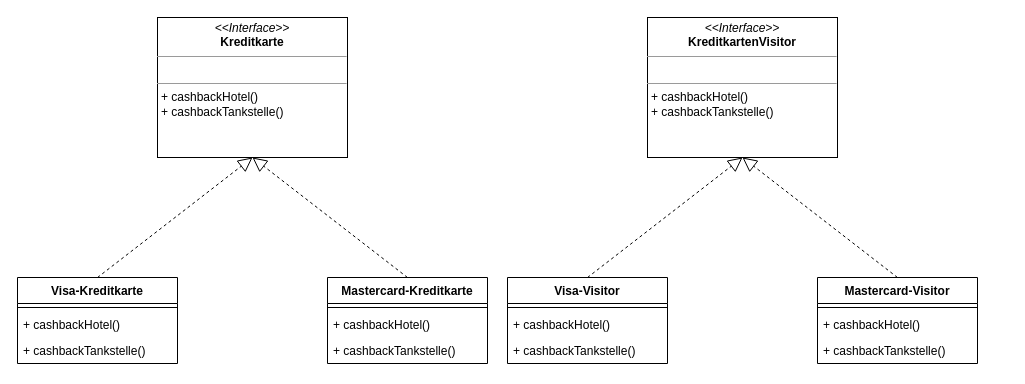
The draw.io diagram page "with-Visitor" (2 of 2) of Visitor-Bank-example.drawio in aschi2403/design-patterns-visitor-pattern, before the edit. Source tidied: cells renumbered, new cells numbered last; positions are measured from the earlier drawing's top-left corner, leaving out a move shared by most shapes. Both pictures are drawn from the tidied source at 100%, with x=0, y=0 at pixel (17, 17).
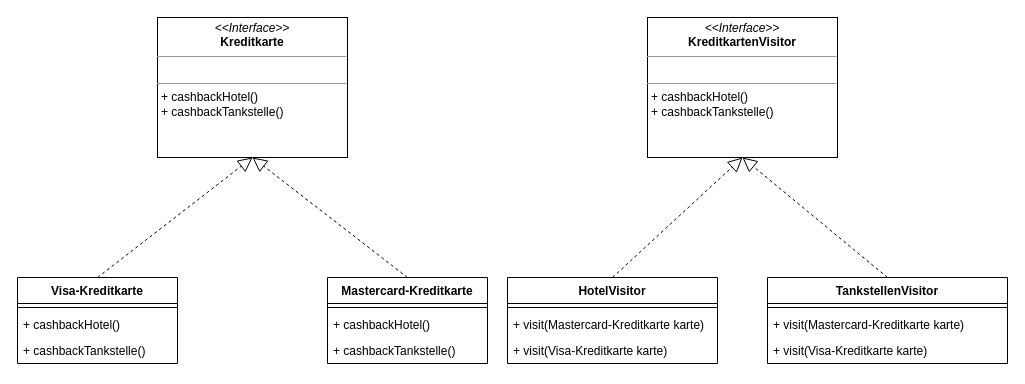
The same page after the edit.

What changed in the source:
```diff
@@
-    <mxCell id="5" value="Visa-Visitor" style="swimlane;fontStyle=1;align=center;verticalAlign=top;horizontal=1;startSize=26;" parent="1" vertex="1">
-      <mxGeometry x="490" y="260" width="160" height="86" as="geometry" />
+    <mxCell id="5" value="HotelVisitor" style="swimlane;fontStyle=1;align=center;verticalAlign=top;horizontal=1;startSize=26;" parent="1" vertex="1">
+      <mxGeometry x="490" y="260" width="210" height="86" as="geometry" />
     </mxCell>
     <mxCell id="6" style="line;strokeWidth=1;fillColor=none;align=left;verticalAlign=middle;spacingTop=-1;spacingLeft=3;spacingRight=3;labelPosition=right;" parent="5" vertex="1">
-      <mxGeometry y="26" width="160" height="8" as="geometry" />
+      <mxGeometry y="26" width="210" height="8" as="geometry" />
     </mxCell>
-    <mxCell id="7" value="+ cashbackHotel()" style="text;strokeColor=none;fillColor=none;align=left;verticalAlign=top;spacingLeft=4;spacingRight=4;overflow=hidden;" parent="5" vertex="1">
-      <mxGeometry y="34" width="160" height="26" as="geometry" />
+    <mxCell id="7" value="+ visit(Mastercard-Kreditkarte karte)" style="text;strokeColor=none;fillColor=none;align=left;verticalAlign=top;spacingLeft=4;spacingRight=4;overflow=hidden;" parent="5" vertex="1">
+      <mxGeometry y="34" width="210" height="26" as="geometry" />
     </mxCell>
-    <mxCell id="8" value="+ cashbackTankstelle()" style="text;strokeColor=none;fillColor=none;align=left;verticalAlign=top;spacingLeft=4;spacingRight=4;overflow=hidden;" parent="5" vertex="1">
-      <mxGeometry y="60" width="160" height="26" as="geometry" />
+    <mxCell id="8" value="+ visit(Visa-Kreditkarte karte)" style="text;strokeColor=none;fillColor=none;align=left;verticalAlign=top;spacingLeft=4;spacingRight=4;overflow=hidden;" parent="5" vertex="1">
+      <mxGeometry y="60" width="210" height="26" as="geometry" />
     </mxCell>
-    <mxCell id="9" value="Mastercard-Visitor" style="swimlane;fontStyle=1;align=center;verticalAlign=top;horizontal=1;startSize=26;" parent="1" vertex="1">
-      <mxGeometry x="800" y="260" width="160" height="86" as="geometry" />
+    <mxCell id="9" value="TankstellenVisitor" style="swimlane;fontStyle=1;align=center;verticalAlign=top;horizontal=1;startSize=26;" parent="1" vertex="1">
+      <mxGeometry x="750" y="260" width="240" height="86" as="geometry" />
     </mxCell>
     <mxCell id="10" style="line;strokeWidth=1;fillColor=none;align=left;verticalAlign=middle;spacingTop=-1;spacingLeft=3;spacingRight=3;labelPosition=right;" parent="9" vertex="1">
-      <mxGeometry y="26" width="160" height="8" as="geometry" />
+      <mxGeometry y="26" width="240" height="8" as="geometry" />
     </mxCell>
-    <mxCell id="11" value="+ cashbackHotel()" style="text;strokeColor=none;fillColor=none;align=left;verticalAlign=top;spacingLeft=4;spacingRight=4;overflow=hidden;" parent="9" vertex="1">
-      <mxGeometry y="34" width="160" height="26" as="geometry" />
+    <mxCell id="11" value="+ visit(Mastercard-Kreditkarte karte)" style="text;strokeColor=none;fillColor=none;align=left;verticalAlign=top;spacingLeft=4;spacingRight=4;overflow=hidden;" parent="9" vertex="1">
+      <mxGeometry y="34" width="240" height="26" as="geometry" />
     </mxCell>
-    <mxCell id="12" value="+ cashbackTankstelle()" style="text;strokeColor=none;fillColor=none;align=left;verticalAlign=top;spacingLeft=4;spacingRight=4;overflow=hidden;" parent="9" vertex="1">
-      <mxGeometry y="60" width="160" height="26" as="geometry" />
+    <mxCell id="12" value="+ visit(Visa-Kreditkarte karte)" style="text;strokeColor=none;fillColor=none;align=left;verticalAlign=top;spacingLeft=4;spacingRight=4;overflow=hidden;" parent="9" vertex="1">
+      <mxGeometry y="60" width="240" height="26" as="geometry" />
     </mxCell>
```
